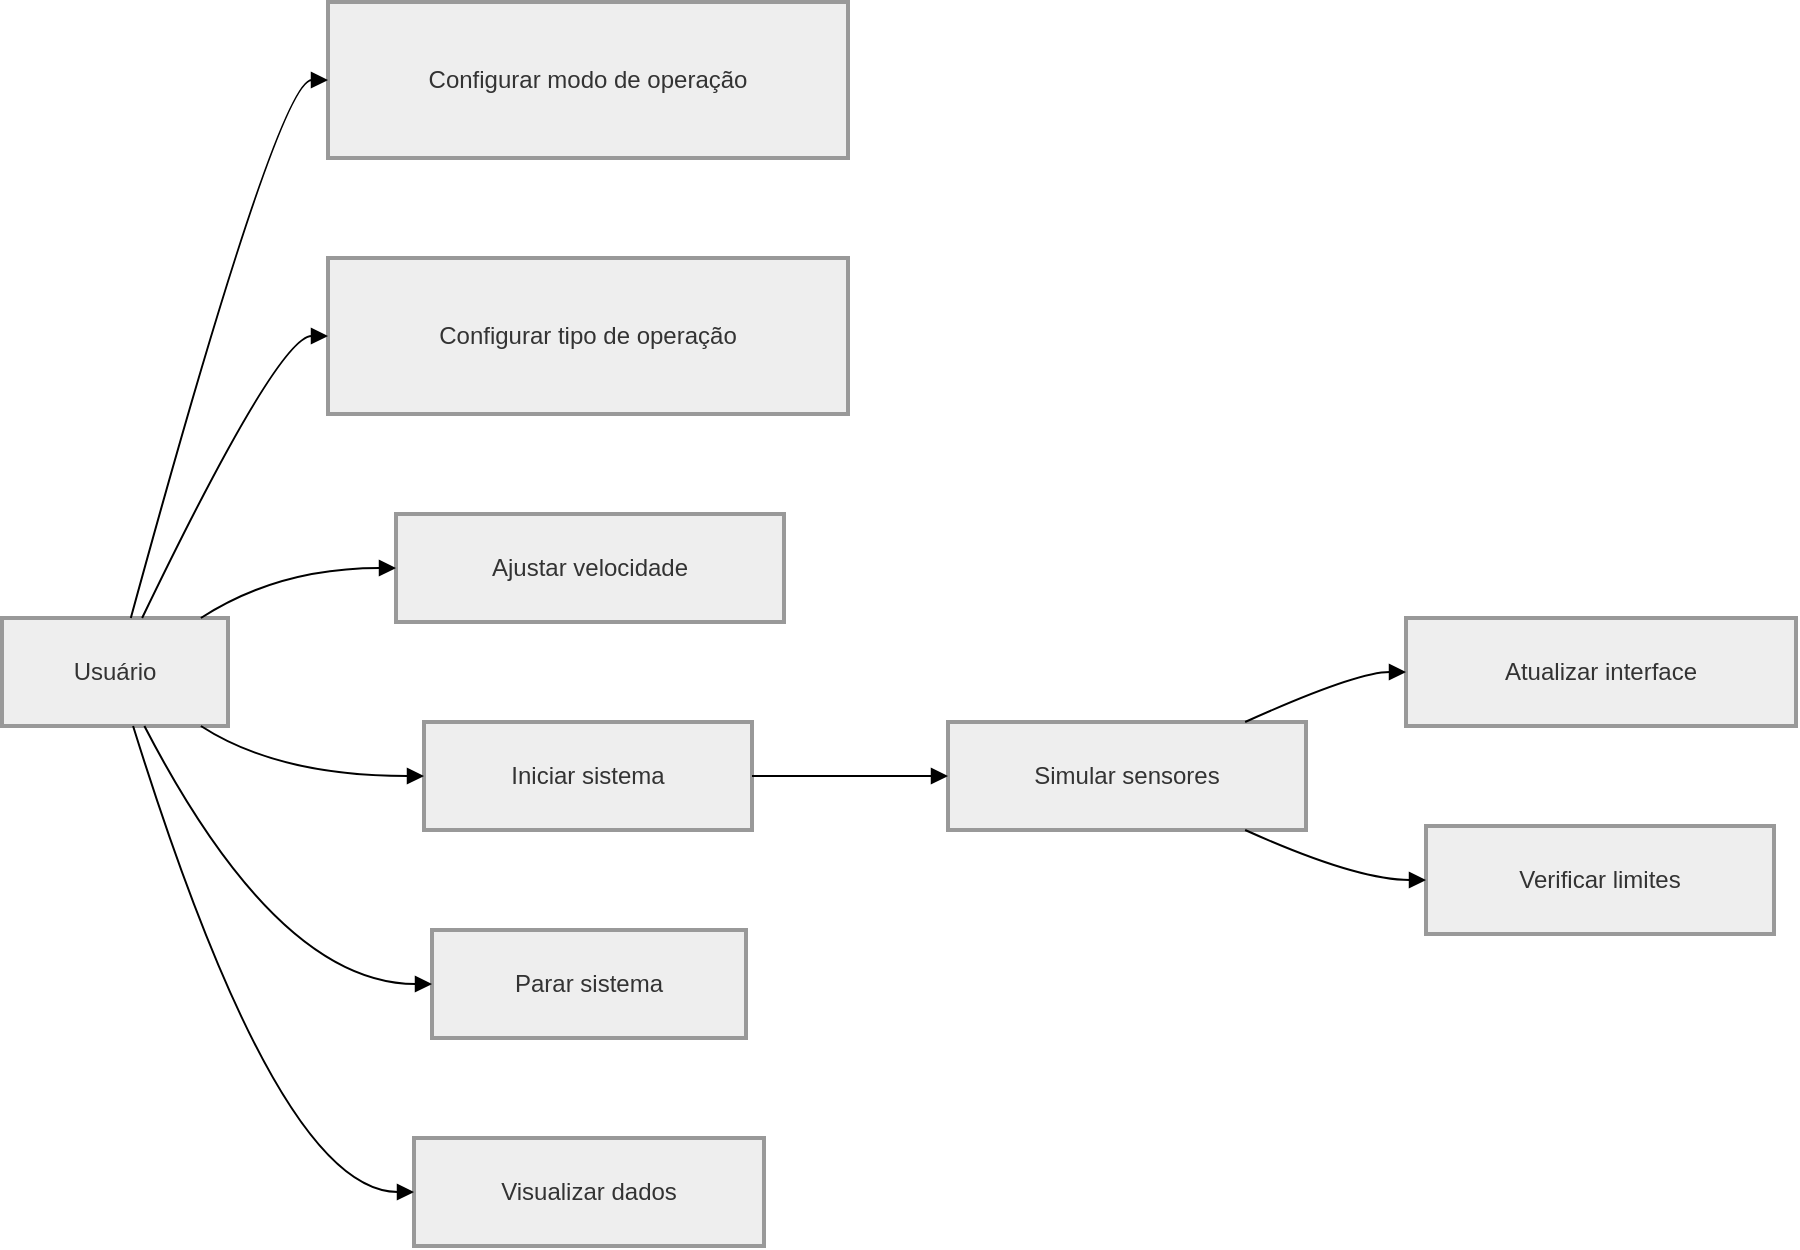
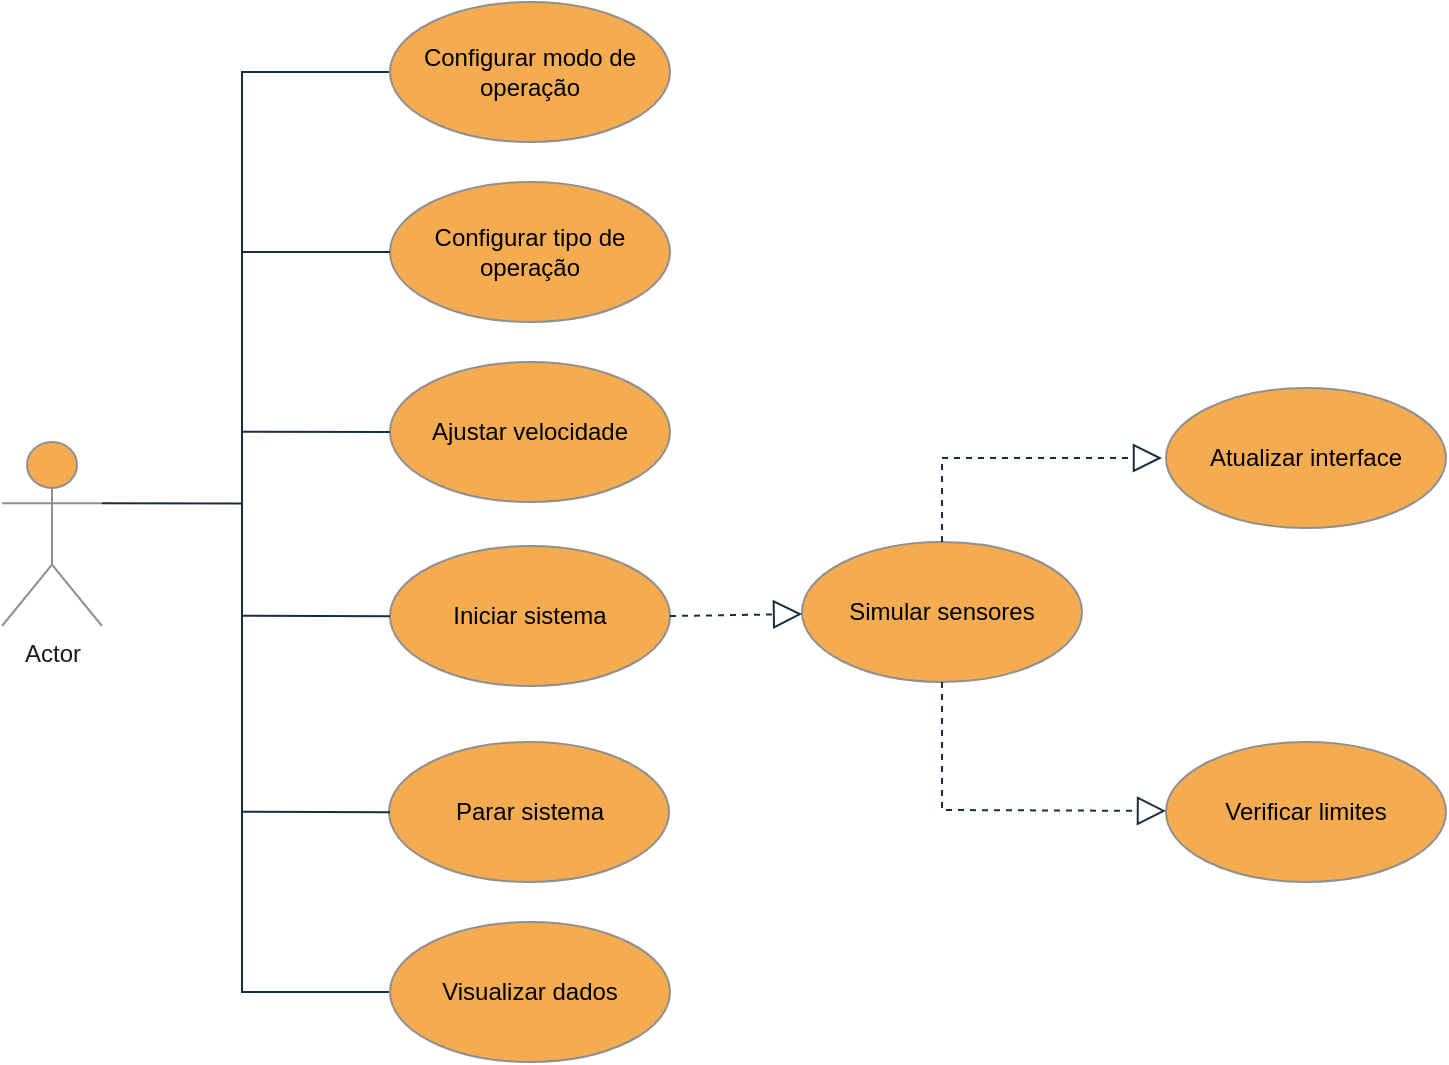
<mxfile host="Electron" agent="Mozilla/5.0 (Windows NT 10.0; Win64; x64) AppleWebKit/537.36 (KHTML, like Gecko) draw.io/29.6.6 Chrome/144.0.7559.236 Electron/40.8.4 Safari/537.36" version="29.6.6">
  <diagram name="Página-1" id="gik2C1kdNv0bUmLgN_N7">
-     <mxGraphModel dx="1042" dy="626" grid="1" gridSize="10" guides="1" tooltips="1" connect="1" arrows="1" fold="1" page="1" pageScale="1" pageWidth="827" pageHeight="1169" math="0" shadow="0">
+     <mxGraphModel dx="1226" dy="736" grid="0" gridSize="10" guides="1" tooltips="1" connect="1" arrows="1" fold="1" page="1" pageScale="1" pageWidth="827" pageHeight="1169" background="#FFFFFF" math="0" shadow="0">
      <root>
        <mxCell id="0" />
        <mxCell id="1" parent="0" />
-         <mxCell id="ZkGqHZdYdV0Y9GOQ54wA-1" parent="1" style="whiteSpace=wrap;strokeWidth=2;fillColor=light-dark(#eeeeee,#1f2020);strokeColor=light-dark(#999999,#cccccc);fontColor=light-dark(#333333,#cccccc);" value="Usuário" vertex="1">
-           <mxGeometry height="54" width="113" x="20" y="328" as="geometry" />
-         </mxCell>
-         <mxCell id="ZkGqHZdYdV0Y9GOQ54wA-2" parent="1" style="whiteSpace=wrap;strokeWidth=2;fillColor=light-dark(#eeeeee,#1f2020);strokeColor=light-dark(#999999,#cccccc);fontColor=light-dark(#333333,#cccccc);" value="Configurar modo de operação" vertex="1">
-           <mxGeometry height="78" width="260" x="183" y="20" as="geometry" />
-         </mxCell>
-         <mxCell id="ZkGqHZdYdV0Y9GOQ54wA-3" parent="1" style="whiteSpace=wrap;strokeWidth=2;fillColor=light-dark(#eeeeee,#1f2020);strokeColor=light-dark(#999999,#cccccc);fontColor=light-dark(#333333,#cccccc);" value="Configurar tipo de operação" vertex="1">
-           <mxGeometry height="78" width="260" x="183" y="148" as="geometry" />
-         </mxCell>
-         <mxCell id="ZkGqHZdYdV0Y9GOQ54wA-4" parent="1" style="whiteSpace=wrap;strokeWidth=2;fillColor=light-dark(#eeeeee,#1f2020);strokeColor=light-dark(#999999,#cccccc);fontColor=light-dark(#333333,#cccccc);" value="Ajustar velocidade" vertex="1">
-           <mxGeometry height="54" width="194" x="217" y="276" as="geometry" />
-         </mxCell>
-         <mxCell id="ZkGqHZdYdV0Y9GOQ54wA-5" parent="1" style="whiteSpace=wrap;strokeWidth=2;fillColor=light-dark(#eeeeee,#1f2020);strokeColor=light-dark(#999999,#cccccc);fontColor=light-dark(#333333,#cccccc);" value="Iniciar sistema" vertex="1">
-           <mxGeometry height="54" width="164" x="231" y="380" as="geometry" />
-         </mxCell>
-         <mxCell id="ZkGqHZdYdV0Y9GOQ54wA-6" parent="1" style="whiteSpace=wrap;strokeWidth=2;fillColor=light-dark(#eeeeee,#1f2020);strokeColor=light-dark(#999999,#cccccc);fontColor=light-dark(#333333,#cccccc);" value="Parar sistema" vertex="1">
-           <mxGeometry height="54" width="157" x="235" y="484" as="geometry" />
-         </mxCell>
-         <mxCell id="ZkGqHZdYdV0Y9GOQ54wA-7" parent="1" style="whiteSpace=wrap;strokeWidth=2;fillColor=light-dark(#eeeeee,#1f2020);strokeColor=light-dark(#999999,#cccccc);fontColor=light-dark(#333333,#cccccc);" value="Visualizar dados" vertex="1">
-           <mxGeometry height="54" width="175" x="226" y="588" as="geometry" />
-         </mxCell>
-         <mxCell id="ZkGqHZdYdV0Y9GOQ54wA-8" parent="1" style="whiteSpace=wrap;strokeWidth=2;fillColor=light-dark(#eeeeee,#1f2020);strokeColor=light-dark(#999999,#cccccc);fontColor=light-dark(#333333,#cccccc);" value="Simular sensores" vertex="1">
-           <mxGeometry height="54" width="179" x="493" y="380" as="geometry" />
-         </mxCell>
-         <mxCell id="ZkGqHZdYdV0Y9GOQ54wA-9" parent="1" style="whiteSpace=wrap;strokeWidth=2;fillColor=light-dark(#eeeeee,#1f2020);strokeColor=light-dark(#999999,#cccccc);fontColor=light-dark(#333333,#cccccc);" value="Atualizar interface" vertex="1">
-           <mxGeometry height="54" width="195" x="722" y="328" as="geometry" />
-         </mxCell>
-         <mxCell id="ZkGqHZdYdV0Y9GOQ54wA-10" parent="1" style="whiteSpace=wrap;strokeWidth=2;fillColor=light-dark(#eeeeee,#1f2020);strokeColor=light-dark(#999999,#cccccc);fontColor=light-dark(#333333,#cccccc);" value="Verificar limites" vertex="1">
-           <mxGeometry height="54" width="174" x="732" y="432" as="geometry" />
-         </mxCell>
-         <mxCell id="ZkGqHZdYdV0Y9GOQ54wA-11" edge="1" parent="1" source="ZkGqHZdYdV0Y9GOQ54wA-1" style="curved=1;startArrow=none;endArrow=block;exitX=0.57;exitY=0;entryX=0;entryY=0.5;rounded=0;" target="ZkGqHZdYdV0Y9GOQ54wA-2" value="">
+         <mxCell id="UvdUXKNQ-_w4VYxTBdS3-15" edge="1" parent="1" source="UvdUXKNQ-_w4VYxTBdS3-1" style="edgeStyle=orthogonalEdgeStyle;rounded=0;orthogonalLoop=1;jettySize=auto;html=1;exitX=1;exitY=0.3333333333333333;exitDx=0;exitDy=0;exitPerimeter=0;entryX=0;entryY=0.5;entryDx=0;entryDy=0;strokeColor=#182E3E;fontColor=#1A1A1A;endArrow=none;endFill=0;" target="UvdUXKNQ-_w4VYxTBdS3-2">
          <mxGeometry relative="1" as="geometry">
            <Array as="points">
-               <mxPoint x="158" y="59" />
+               <mxPoint x="170" y="291" />
+               <mxPoint x="170" y="75" />
            </Array>
          </mxGeometry>
        </mxCell>
-         <mxCell id="ZkGqHZdYdV0Y9GOQ54wA-12" edge="1" parent="1" source="ZkGqHZdYdV0Y9GOQ54wA-1" style="curved=1;startArrow=none;endArrow=block;exitX=0.62;exitY=0;entryX=0;entryY=0.5;rounded=0;" target="ZkGqHZdYdV0Y9GOQ54wA-3" value="">
+         <mxCell id="UvdUXKNQ-_w4VYxTBdS3-1" parent="1" style="shape=umlActor;verticalLabelPosition=bottom;verticalAlign=top;html=1;strokeColor=#909090;fontColor=#1A1A1A;fillColor=#F5AB50;" value="Actor" vertex="1">
+           <mxGeometry height="92" width="50" x="50" y="260" as="geometry" />
+         </mxCell>
+         <mxCell id="UvdUXKNQ-_w4VYxTBdS3-2" parent="1" style="ellipse;whiteSpace=wrap;html=1;strokeColor=#909090;fontColor=#000000;fillColor=#F5AB50;" value="&lt;span style=&quot;&quot;&gt;Configurar modo de operação&lt;/span&gt;" vertex="1">
+           <mxGeometry height="70" width="140" x="244" y="40" as="geometry" />
+         </mxCell>
+         <mxCell id="UvdUXKNQ-_w4VYxTBdS3-4" parent="1" style="ellipse;whiteSpace=wrap;html=1;strokeColor=#909090;fontColor=#000000;fillColor=#F5AB50;" value="&lt;span style=&quot;&quot;&gt;Configurar tipo de operação&lt;/span&gt;" vertex="1">
+           <mxGeometry height="70" width="140" x="244" y="130" as="geometry" />
+         </mxCell>
+         <mxCell id="UvdUXKNQ-_w4VYxTBdS3-5" parent="1" style="ellipse;whiteSpace=wrap;html=1;strokeColor=#909090;fontColor=#000000;fillColor=#F5AB50;" value="&lt;span style=&quot;&quot;&gt;Ajustar velocidade&lt;/span&gt;" vertex="1">
+           <mxGeometry height="70" width="140" x="244" y="220" as="geometry" />
+         </mxCell>
+         <mxCell id="UvdUXKNQ-_w4VYxTBdS3-10" edge="1" parent="1" style="edgeStyle=orthogonalEdgeStyle;rounded=0;orthogonalLoop=1;jettySize=auto;html=1;strokeColor=#182E3E;fontColor=#1A1A1A;entryX=0;entryY=0.5;entryDx=0;entryDy=0;endArrow=none;endFill=0;" value="">
          <mxGeometry relative="1" as="geometry">
            <Array as="points">
-               <mxPoint x="158" y="187" />
+               <mxPoint x="170.5" y="535" />
            </Array>
+             <mxPoint x="170" y="290" as="sourcePoint" />
+             <mxPoint x="243.5" y="535.0000000000001" as="targetPoint" />
          </mxGeometry>
        </mxCell>
-         <mxCell id="ZkGqHZdYdV0Y9GOQ54wA-13" edge="1" parent="1" source="ZkGqHZdYdV0Y9GOQ54wA-1" style="curved=1;startArrow=none;endArrow=block;exitX=0.88;exitY=0;entryX=0;entryY=0.5;rounded=0;" target="ZkGqHZdYdV0Y9GOQ54wA-4" value="">
-           <mxGeometry relative="1" as="geometry">
+         <mxCell id="UvdUXKNQ-_w4VYxTBdS3-6" parent="1" style="ellipse;whiteSpace=wrap;html=1;strokeColor=#909090;fontColor=#000000;fillColor=#F5AB50;" value="&lt;span style=&quot;&quot;&gt;Iniciar sistema&lt;/span&gt;" vertex="1">
+           <mxGeometry height="70" width="140" x="244" y="312" as="geometry" />
+         </mxCell>
+         <mxCell id="UvdUXKNQ-_w4VYxTBdS3-7" parent="1" style="ellipse;whiteSpace=wrap;html=1;strokeColor=#909090;fontColor=#000000;fillColor=#F5AB50;" value="&lt;span style=&quot;&quot;&gt;Parar sistema&lt;/span&gt;" vertex="1">
+           <mxGeometry height="70" width="140" x="243.5" y="410" as="geometry" />
+         </mxCell>
+         <mxCell id="UvdUXKNQ-_w4VYxTBdS3-9" parent="1" style="ellipse;whiteSpace=wrap;html=1;strokeColor=#909090;fontColor=#000000;fillColor=#F5AB50;" value="&lt;span style=&quot;&quot;&gt;Visualizar dados&lt;/span&gt;" vertex="1">
+           <mxGeometry height="70" width="140" x="244" y="500" as="geometry" />
+         </mxCell>
+         <mxCell id="UvdUXKNQ-_w4VYxTBdS3-16" parent="1" style="ellipse;whiteSpace=wrap;html=1;strokeColor=#909090;fontColor=#000000;fillColor=#F5AB50;" value="&lt;span style=&quot;&quot;&gt;Simular sensores&lt;/span&gt;" vertex="1">
+           <mxGeometry height="70" width="140" x="450" y="310" as="geometry" />
+         </mxCell>
+         <mxCell id="UvdUXKNQ-_w4VYxTBdS3-17" parent="1" style="ellipse;whiteSpace=wrap;html=1;strokeColor=#909090;fontColor=#000000;fillColor=#F5AB50;" value="&lt;span style=&quot;&quot;&gt;Verificar limites&lt;/span&gt;" vertex="1">
+           <mxGeometry height="70" width="140" x="632" y="410" as="geometry" />
+         </mxCell>
+         <mxCell id="UvdUXKNQ-_w4VYxTBdS3-18" parent="1" style="ellipse;whiteSpace=wrap;html=1;strokeColor=#909090;fontColor=#000000;fillColor=#F5AB50;" value="&lt;span style=&quot;&quot;&gt;Atualizar interface&lt;/span&gt;" vertex="1">
+           <mxGeometry height="70" width="140" x="632" y="233" as="geometry" />
+         </mxCell>
+         <mxCell id="UvdUXKNQ-_w4VYxTBdS3-21" edge="1" parent="1" source="UvdUXKNQ-_w4VYxTBdS3-16" style="endArrow=block;dashed=1;endFill=0;endSize=12;html=1;rounded=0;strokeColor=#182E3E;fontColor=#1A1A1A;exitX=0.5;exitY=0;exitDx=0;exitDy=0;" value="">
+           <mxGeometry relative="1" width="160" as="geometry">
            <Array as="points">
-               <mxPoint x="158" y="303" />
+               <mxPoint x="520" y="268" />
            </Array>
+             <mxPoint x="520" y="228" as="sourcePoint" />
+             <mxPoint x="630" y="268" as="targetPoint" />
          </mxGeometry>
        </mxCell>
-         <mxCell id="ZkGqHZdYdV0Y9GOQ54wA-14" edge="1" parent="1" source="ZkGqHZdYdV0Y9GOQ54wA-1" style="curved=1;startArrow=none;endArrow=block;exitX=0.88;exitY=1;entryX=0;entryY=0.5;rounded=0;" target="ZkGqHZdYdV0Y9GOQ54wA-5" value="">
-           <mxGeometry relative="1" as="geometry">
+         <mxCell id="UvdUXKNQ-_w4VYxTBdS3-22" edge="1" parent="1" source="UvdUXKNQ-_w4VYxTBdS3-16" style="endArrow=block;dashed=1;endFill=0;endSize=12;html=1;rounded=0;strokeColor=#182E3E;fontColor=#1A1A1A;exitX=0.5;exitY=1;exitDx=0;exitDy=0;" value="">
+           <mxGeometry relative="1" width="160" as="geometry">
            <Array as="points">
-               <mxPoint x="158" y="407" />
+               <mxPoint x="520" y="444" />
            </Array>
+             <mxPoint x="472" y="444.47" as="sourcePoint" />
+             <mxPoint x="632" y="444.47" as="targetPoint" />
          </mxGeometry>
        </mxCell>
-         <mxCell id="ZkGqHZdYdV0Y9GOQ54wA-15" edge="1" parent="1" source="ZkGqHZdYdV0Y9GOQ54wA-1" style="curved=1;startArrow=none;endArrow=block;exitX=0.63;exitY=1;entryX=0;entryY=0.5;rounded=0;" target="ZkGqHZdYdV0Y9GOQ54wA-6" value="">
-           <mxGeometry relative="1" as="geometry">
-             <Array as="points">
-               <mxPoint x="158" y="511" />
-             </Array>
+         <mxCell id="UvdUXKNQ-_w4VYxTBdS3-23" edge="1" parent="1" source="UvdUXKNQ-_w4VYxTBdS3-6" style="endArrow=block;dashed=1;endFill=0;endSize=12;html=1;rounded=0;strokeColor=#182E3E;fontColor=#1A1A1A;exitX=1;exitY=0.5;exitDx=0;exitDy=0;" target="UvdUXKNQ-_w4VYxTBdS3-16" value="">
+           <mxGeometry relative="1" width="160" as="geometry">
+             <mxPoint x="450" y="270" as="sourcePoint" />
+             <mxPoint x="610" y="270" as="targetPoint" />
          </mxGeometry>
        </mxCell>
-         <mxCell id="ZkGqHZdYdV0Y9GOQ54wA-16" edge="1" parent="1" source="ZkGqHZdYdV0Y9GOQ54wA-1" style="curved=1;startArrow=none;endArrow=block;exitX=0.58;exitY=1;entryX=0;entryY=0.5;rounded=0;" target="ZkGqHZdYdV0Y9GOQ54wA-7" value="">
-           <mxGeometry relative="1" as="geometry">
-             <Array as="points">
-               <mxPoint x="158" y="615" />
-             </Array>
+         <mxCell id="UvdUXKNQ-_w4VYxTBdS3-24" edge="1" parent="1" style="endArrow=none;html=1;rounded=0;strokeColor=#182E3E;fontColor=#1A1A1A;exitX=0;exitY=0.5;exitDx=0;exitDy=0;" value="">
+           <mxGeometry height="50" relative="1" width="50" as="geometry">
+             <mxPoint x="243.99999999999932" y="165" as="sourcePoint" />
+             <mxPoint x="170" y="165" as="targetPoint" />
          </mxGeometry>
        </mxCell>
-         <mxCell id="ZkGqHZdYdV0Y9GOQ54wA-17" edge="1" parent="1" source="ZkGqHZdYdV0Y9GOQ54wA-5" style="curved=1;startArrow=none;endArrow=block;exitX=1;exitY=0.5;entryX=0;entryY=0.5;rounded=0;" target="ZkGqHZdYdV0Y9GOQ54wA-8" value="">
-           <mxGeometry relative="1" as="geometry">
-             <Array as="points" />
+         <mxCell id="UvdUXKNQ-_w4VYxTBdS3-25" edge="1" parent="1" source="UvdUXKNQ-_w4VYxTBdS3-5" style="endArrow=none;html=1;rounded=0;strokeColor=#182E3E;fontColor=#1A1A1A;exitX=0;exitY=0.5;exitDx=0;exitDy=0;" value="">
+           <mxGeometry height="50" relative="1" width="50" as="geometry">
+             <mxPoint x="240" y="255" as="sourcePoint" />
+             <mxPoint x="170" y="254.82999999999998" as="targetPoint" />
          </mxGeometry>
        </mxCell>
-         <mxCell id="ZkGqHZdYdV0Y9GOQ54wA-18" edge="1" parent="1" source="ZkGqHZdYdV0Y9GOQ54wA-8" style="curved=1;startArrow=none;endArrow=block;exitX=0.83;exitY=0;entryX=0;entryY=0.5;rounded=0;" target="ZkGqHZdYdV0Y9GOQ54wA-9" value="">
-           <mxGeometry relative="1" as="geometry">
-             <Array as="points">
-               <mxPoint x="697" y="355" />
-             </Array>
+         <mxCell id="UvdUXKNQ-_w4VYxTBdS3-26" edge="1" parent="1" style="endArrow=none;html=1;rounded=0;strokeColor=#182E3E;fontColor=#1A1A1A;exitX=0;exitY=0.5;exitDx=0;exitDy=0;" value="">
+           <mxGeometry height="50" relative="1" width="50" as="geometry">
+             <mxPoint x="244" y="347.09000000000003" as="sourcePoint" />
+             <mxPoint x="170" y="346.92" as="targetPoint" />
          </mxGeometry>
        </mxCell>
-         <mxCell id="ZkGqHZdYdV0Y9GOQ54wA-19" edge="1" parent="1" source="ZkGqHZdYdV0Y9GOQ54wA-8" style="curved=1;startArrow=none;endArrow=block;exitX=0.83;exitY=1;entryX=0;entryY=0.5;rounded=0;" target="ZkGqHZdYdV0Y9GOQ54wA-10" value="">
-           <mxGeometry relative="1" as="geometry">
-             <Array as="points">
-               <mxPoint x="697" y="459" />
-             </Array>
+         <mxCell id="UvdUXKNQ-_w4VYxTBdS3-27" edge="1" parent="1" style="endArrow=none;html=1;rounded=0;strokeColor=#182E3E;fontColor=#1A1A1A;exitX=0;exitY=0.5;exitDx=0;exitDy=0;" value="">
+           <mxGeometry height="50" relative="1" width="50" as="geometry">
+             <mxPoint x="244" y="445.08000000000004" as="sourcePoint" />
+             <mxPoint x="170" y="444.91" as="targetPoint" />
          </mxGeometry>
        </mxCell>
      </root>
    </mxGraphModel>
  </diagram>
</mxfile>
